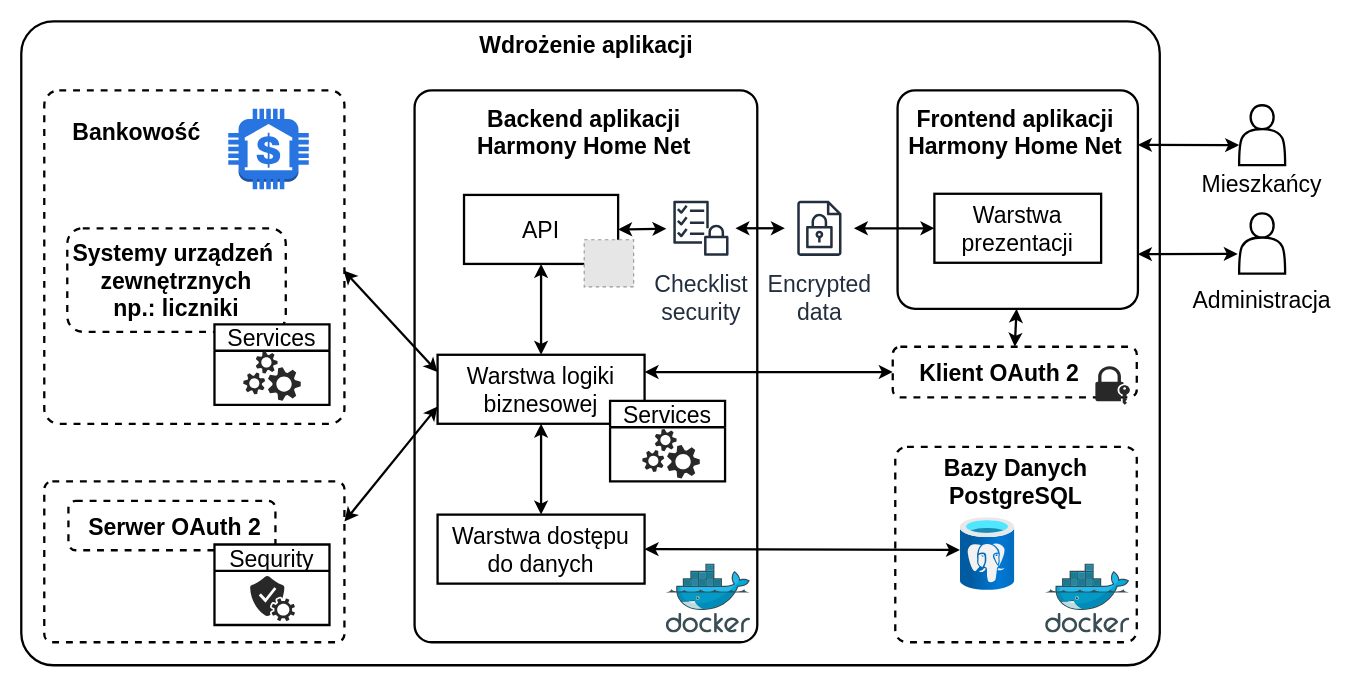
This is Dyplom/rys02/zarys_architektury.drawio from Golec5000/HarmonyHomeNet, a draw.io file, before an edit. Source tidied: cells renumbered, new cells numbered last; positions are measured from the earlier drawing's top-left corner, leaving out a move shared by most shapes. Both pictures are drawn from the tidied source at 115%, with x=0, y=0 at pixel (21, 21). Pictures stored in the file or linked from it are replaced by grey dashed boxes.
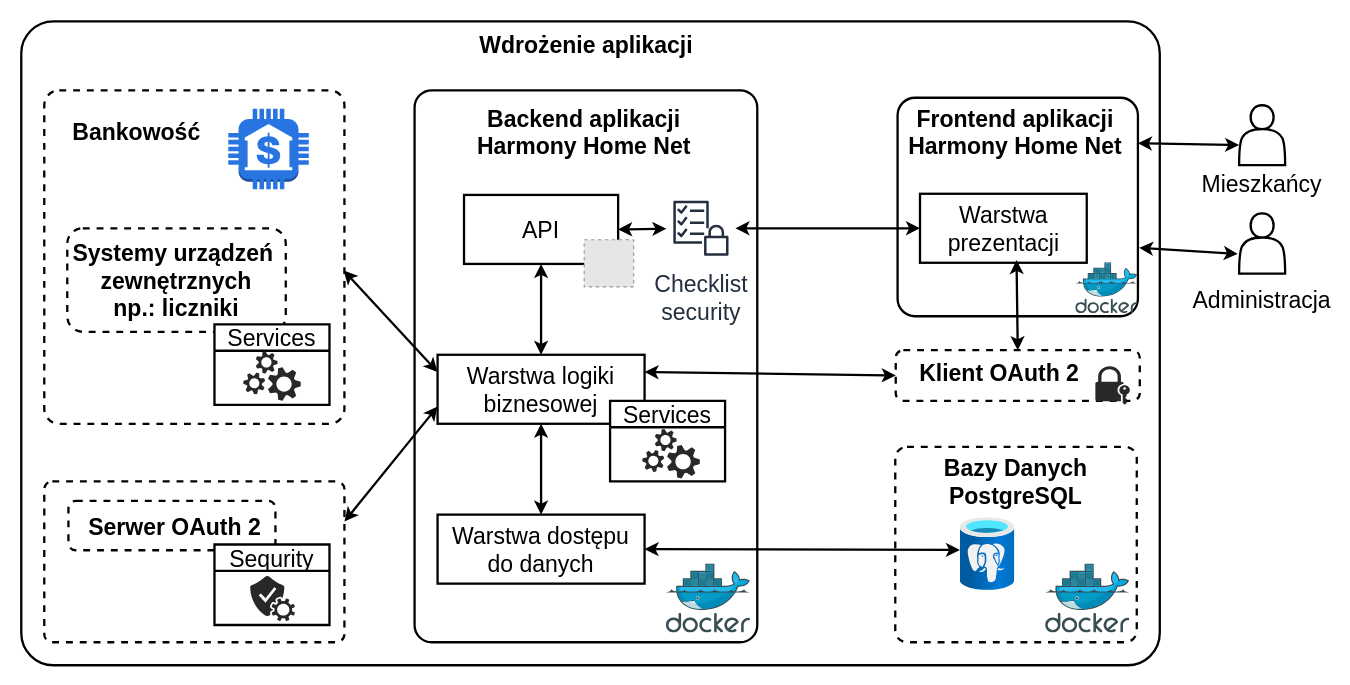
The same page after the edit.

Unchanged cells that the change refers to:
```xml
<mxCell id="25" style="shape=actor;whiteSpace=wrap;html=1;fontSize=20;strokeWidth=2;" parent="1" vertex="1">
  <mxGeometry x="1059" y="73" width="40" height="52" as="geometry" />
</mxCell>
<mxCell id="26" style="shape=actor;whiteSpace=wrap;html=1;fontSize=20;strokeWidth=2;" parent="1" vertex="1">
  <mxGeometry x="1059" y="167" width="40" height="52.5" as="geometry" />
</mxCell>
<mxCell id="32" value="&lt;font style=&quot;font-size: 20px;&quot;&gt;Checklist&lt;br style=&quot;font-size: 20px;&quot;&gt;security&lt;/font&gt;" style="sketch=0;outlineConnect=0;fontColor=#232F3E;gradientColor=none;strokeColor=#232F3E;fillColor=none;dashed=0;verticalLabelPosition=bottom;verticalAlign=top;align=center;html=1;fontSize=20;fontStyle=0;shape=mxgraph.aws4.resourceIcon;resIcon=mxgraph.aws4.checklist_security;strokeWidth=2;" parent="1" vertex="1">
  <mxGeometry x="561" y="150" width="60" height="60" as="geometry" />
</mxCell>
```

Change to the diagram source:
```diff
@@
     <mxCell id="11" style="rounded=1;whiteSpace=wrap;html=1;strokeColor=default;gradientColor=none;fillColor=none;fontSize=20;strokeWidth=2;arcSize=8;" parent="1" vertex="1">
-      <mxGeometry x="762" y="60" width="209" height="190" as="geometry" />
+      <mxGeometry x="762" y="66.5" width="209" height="190" as="geometry" />
     </mxCell>
@@
     <mxCell id="13" value="&lt;font style=&quot;font-size: 20px;&quot;&gt;Warstwa prezentacji&lt;/font&gt;" style="rounded=0;whiteSpace=wrap;html=1;fillColor=none;fontSize=20;strokeWidth=2;" parent="1" vertex="1">
-      <mxGeometry x="794" y="150" width="145" height="60" as="geometry" />
+      <mxGeometry x="781.5" y="150" width="145" height="60" as="geometry" />
     </mxCell>
-    <mxCell id="14" style="endArrow=classic;startArrow=classic;html=1;rounded=0;entryX=0;entryY=0.5;entryDx=0;entryDy=0;fontSize=20;strokeWidth=2;" parent="1" edge="1" source="35" target="13">
-      <mxGeometry relative="1" as="geometry" />
-    </mxCell>
@@
     <mxCell id="21" style="rounded=1;whiteSpace=wrap;html=1;fillColor=none;dashed=1;fontSize=20;strokeWidth=2;" parent="1" vertex="1">
-      <mxGeometry x="757.8" y="283" width="212.2" height="44" as="geometry" />
+      <mxGeometry x="760.4" y="286" width="212.2" height="44" as="geometry" />
     </mxCell>
@@
-    <mxCell id="23" style="endArrow=classic;startArrow=classic;html=1;rounded=0;fontSize=20;strokeWidth=2;exitX=0.5;exitY=1;exitDx=0;exitDy=0;entryX=0.5;entryY=0;entryDx=0;entryDy=0;" parent="1" edge="1" target="21">
-      <mxGeometry relative="1" as="geometry">
-        <mxPoint x="865.5" y="250" as="sourcePoint" />
-      </mxGeometry>
+    <mxCell id="23" style="endArrow=classic;startArrow=classic;html=1;rounded=0;fontSize=20;strokeWidth=2;entryX=0.5;entryY=0;entryDx=0;entryDy=0;exitX=0.579;exitY=0.961;exitDx=0;exitDy=0;exitPerimeter=0;" parent="1" edge="1" source="13" target="21">
+      <mxGeometry relative="1" as="geometry" />
     </mxCell>
@@
-    <mxCell id="29" style="endArrow=classic;startArrow=classic;html=1;rounded=0;entryX=0;entryY=0.667;entryDx=0;entryDy=0;entryPerimeter=0;exitX=1;exitY=0.25;exitDx=0;exitDy=0;fontSize=20;strokeWidth=2;" parent="1" edge="1" source="11" target="25">
+    <mxCell id="29" style="endArrow=classic;startArrow=classic;html=1;rounded=0;entryX=0;entryY=0.667;entryDx=0;entryDy=0;entryPerimeter=0;exitX=1;exitY=0.208;exitDx=0;exitDy=0;fontSize=20;strokeWidth=2;exitPerimeter=0;" parent="1" edge="1" source="11" target="25">
       <mxGeometry relative="1" as="geometry" />
     </mxCell>
-    <mxCell id="30" style="endArrow=classic;startArrow=classic;html=1;rounded=0;entryX=-0.029;entryY=0.672;entryDx=0;entryDy=0;entryPerimeter=0;exitX=1;exitY=0.75;exitDx=0;exitDy=0;fontSize=20;strokeWidth=2;" parent="1" edge="1" source="11" target="26">
+    <mxCell id="30" style="endArrow=classic;startArrow=classic;html=1;rounded=0;entryX=-0.029;entryY=0.672;entryDx=0;entryDy=0;entryPerimeter=0;exitX=1.005;exitY=0.687;exitDx=0;exitDy=0;fontSize=20;strokeWidth=2;exitPerimeter=0;" parent="1" edge="1" source="11" target="26">
       <mxGeometry relative="1" as="geometry" />
     </mxCell>
@@
-    <mxCell id="34" style="endArrow=classic;startArrow=classic;html=1;rounded=0;fontSize=20;strokeWidth=2;" parent="1" edge="1" source="32" target="35">
+    <mxCell id="34" style="endArrow=classic;startArrow=classic;html=1;rounded=0;fontSize=20;strokeWidth=2;entryX=0;entryY=0.5;entryDx=0;entryDy=0;" parent="1" edge="1" source="32" target="13">
       <mxGeometry relative="1" as="geometry" />
     </mxCell>
-    <mxCell id="35" value="&lt;font style=&quot;font-size: 20px;&quot;&gt;Encrypted&lt;br style=&quot;font-size: 20px;&quot;&gt;data&lt;/font&gt;" style="sketch=0;outlineConnect=0;fontColor=#232F3E;gradientColor=none;strokeColor=#232F3E;fillColor=none;dashed=0;verticalLabelPosition=bottom;verticalAlign=top;align=center;html=1;fontSize=20;fontStyle=0;shape=mxgraph.aws4.resourceIcon;resIcon=mxgraph.aws4.encrypted_data;strokeWidth=2;" parent="1" vertex="1">
-      <mxGeometry x="664" y="150" width="60" height="60" as="geometry" />
-    </mxCell>
@@
+    <mxCell id="51" style="image;sketch=0;html=1;align=center;fontSize=12;image=img/lib/mscae/Docker.svg;" parent="1" vertex="1">
+      <mxGeometry x="917" y="210" width="54" height="44.3" as="geometry" />
+    </mxCell>
```
